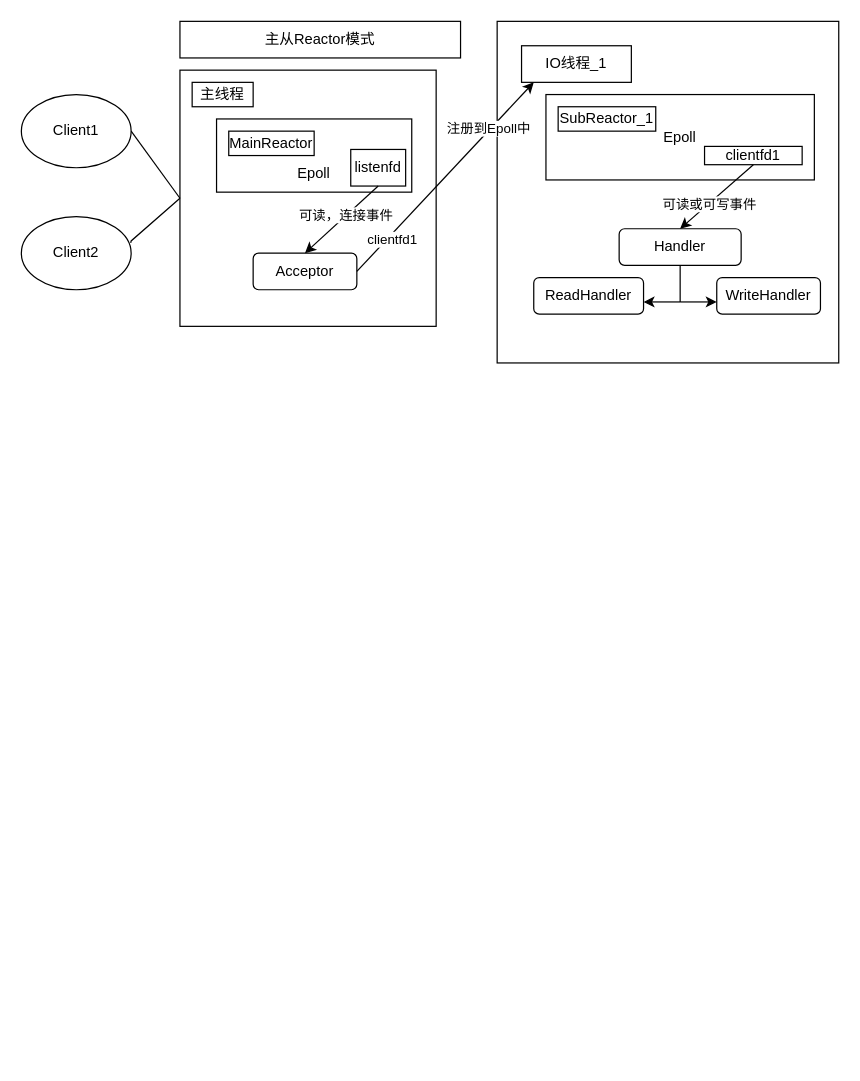
This is 项目运行截图/未命名绘图.drawio from ykangZhang/Face-recognition, a draw.io file, before an edit. Source tidied: cells renumbered, new cells numbered last; positions are measured from the earlier drawing's top-left corner, leaving out a move shared by most shapes. Both pictures are drawn from the tidied source at 122%, with x=0, y=0 at pixel (21, 21).
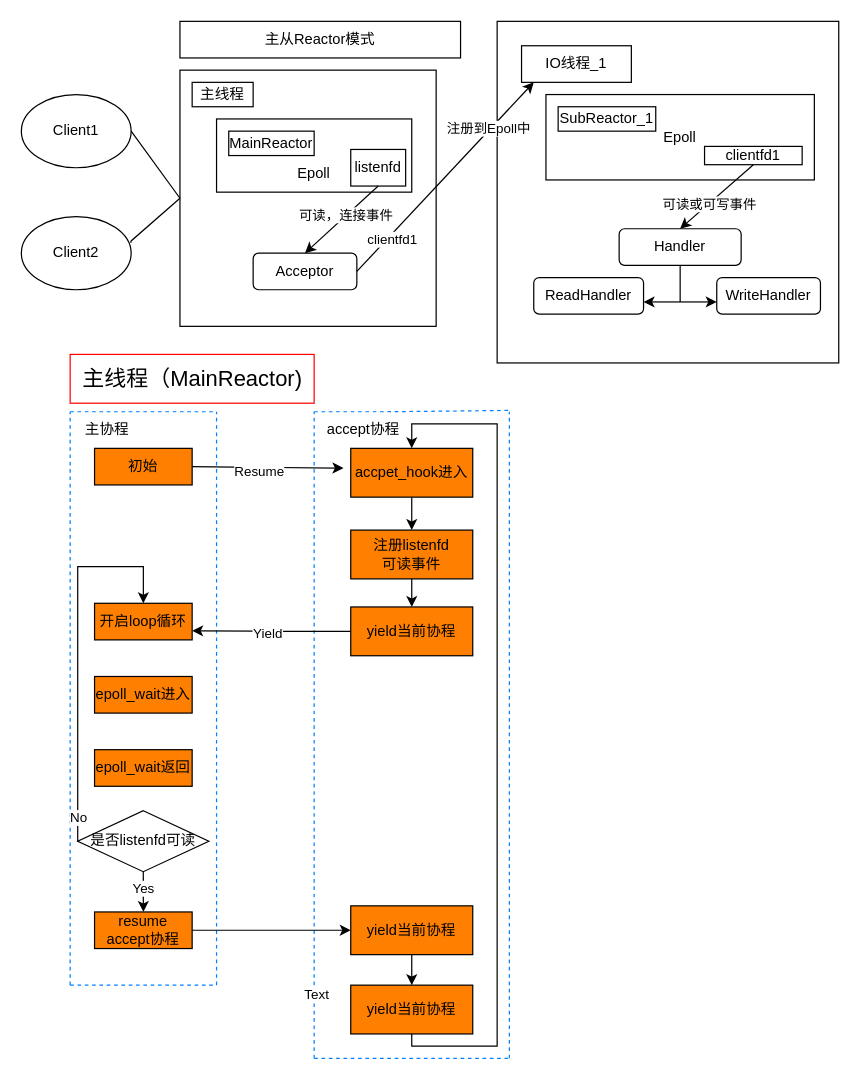
The same page after the edit.

What changed in the source:
```diff
@@
+    <mxCell id="31" style="endArrow=none;dashed=1;html=1;rounded=0;strokeColor=#007FFF;" parent="1" edge="1">
+      <mxGeometry relative="1" as="geometry">
+        <mxPoint x="40" y="790" as="sourcePoint" />
+        <mxPoint x="40" y="320" as="targetPoint" />
+      </mxGeometry>
+    </mxCell>
+    <mxCell id="32" style="endArrow=none;dashed=1;html=1;rounded=0;strokeColor=#007FFF;" parent="1" edge="1">
+      <mxGeometry relative="1" as="geometry">
+        <mxPoint x="40" y="790" as="sourcePoint" />
+        <mxPoint x="160" y="790" as="targetPoint" />
+      </mxGeometry>
+    </mxCell>
+    <mxCell id="33" style="endArrow=none;dashed=1;html=1;rounded=0;fillColor=#00FFFF;strokeColor=#007FFF;" parent="1" edge="1">
+      <mxGeometry relative="1" as="geometry">
+        <mxPoint x="160" y="790" as="sourcePoint" />
+        <mxPoint x="160" y="320" as="targetPoint" />
+      </mxGeometry>
+    </mxCell>
+    <mxCell id="34" style="endArrow=none;dashed=1;html=1;rounded=0;strokeColor=#007FFF;" parent="1" edge="1">
+      <mxGeometry relative="1" as="geometry">
+        <mxPoint x="40" y="320" as="sourcePoint" />
+        <mxPoint x="160" y="320" as="targetPoint" />
+        <Array as="points">
+          <mxPoint x="100" y="320" />
+        </Array>
+      </mxGeometry>
+    </mxCell>
+    <mxCell id="35" style="endArrow=none;dashed=1;html=1;rounded=0;strokeColor=#007FFF;" parent="1" edge="1">
+      <mxGeometry relative="1" as="geometry">
+        <mxPoint x="240" y="850" as="sourcePoint" />
+        <mxPoint x="240" y="320" as="targetPoint" />
+      </mxGeometry>
+    </mxCell>
+    <mxCell id="36" value="Text" style="edgeLabel;html=1;align=center;verticalAlign=middle;" parent="35" vertex="1">
+      <mxGeometry x="-0.8" y="-1" relative="1" as="geometry" />
+    </mxCell>
+    <mxCell id="37" style="endArrow=none;dashed=1;html=1;rounded=0;fillColor=#00FFFF;strokeColor=#007FFF;" parent="1" edge="1">
+      <mxGeometry relative="1" as="geometry">
+        <mxPoint x="400" y="850" as="sourcePoint" />
+        <mxPoint x="400" y="320" as="targetPoint" />
+      </mxGeometry>
+    </mxCell>
+    <mxCell id="38" style="endArrow=none;dashed=1;html=1;rounded=0;strokeColor=#007FFF;entryX=0.039;entryY=0.996;entryDx=0;entryDy=0;entryPerimeter=0;" parent="1" edge="1">
+      <mxGeometry relative="1" as="geometry">
+        <mxPoint x="240" y="320" as="sourcePoint" />
+        <mxPoint x="400.9" y="318.9" as="targetPoint" />
+        <Array as="points">
+          <mxPoint x="300" y="320" />
+        </Array>
+      </mxGeometry>
+    </mxCell>
+    <mxCell id="39" style="endArrow=none;dashed=1;html=1;rounded=0;strokeColor=#007FFF;" parent="1" edge="1">
+      <mxGeometry relative="1" as="geometry">
+        <mxPoint x="240" y="850" as="sourcePoint" />
+        <mxPoint x="400" y="850" as="targetPoint" />
+      </mxGeometry>
+    </mxCell>
+    <mxCell id="40" value="主协程" style="text;html=1;align=center;verticalAlign=middle;strokeColor=none;fillColor=none;" parent="1" vertex="1">
+      <mxGeometry x="40" y="320" width="60" height="30" as="geometry" />
+    </mxCell>
+    <mxCell id="41" value="初始" style="rounded=0;whiteSpace=wrap;html=1;fillColor=#FF8000;" parent="1" vertex="1">
+      <mxGeometry x="60" y="350" width="80" height="30" as="geometry" />
+    </mxCell>
+    <mxCell id="42" style="endArrow=classic;html=1;rounded=0;exitX=1;exitY=0.5;exitDx=0;exitDy=0;entryX=-0.06;entryY=0.405;entryDx=0;entryDy=0;entryPerimeter=0;" parent="1" edge="1" source="41" target="45">
+      <mxGeometry relative="1" as="geometry" />
+    </mxCell>
+    <mxCell id="43" value="Resume" style="edgeLabel;html=1;align=center;verticalAlign=middle;strokeColor=#FF0000;" parent="42" vertex="1">
+      <mxGeometry x="-0.12" y="-3" relative="1" as="geometry" />
+    </mxCell>
+    <mxCell id="44" style="edgeStyle=orthogonalEdgeStyle;rounded=0;jettySize=auto;html=1;exitX=0.5;exitY=1;exitDx=0;exitDy=0;entryX=0.5;entryY=0;entryDx=0;entryDy=0;" parent="1" edge="1" source="45" target="48">
+      <mxGeometry relative="1" as="geometry" />
+    </mxCell>
+    <mxCell id="45" value="accpet_hook进入" style="whiteSpace=wrap;html=1;fillColor=#FF8000;" parent="1" vertex="1">
+      <mxGeometry x="270" y="350" width="100" height="40" as="geometry" />
+    </mxCell>
+    <mxCell id="46" value="accept协程" style="text;html=1;align=center;verticalAlign=middle;strokeColor=none;fillColor=none;" parent="1" vertex="1">
+      <mxGeometry x="240" y="320" width="80" height="30" as="geometry" />
+    </mxCell>
+    <mxCell id="47" style="edgeStyle=orthogonalEdgeStyle;rounded=0;jettySize=auto;html=1;exitX=0.5;exitY=1;exitDx=0;exitDy=0;entryX=0.5;entryY=0;entryDx=0;entryDy=0;" parent="1" edge="1" source="48" target="51">
+      <mxGeometry relative="1" as="geometry" />
+    </mxCell>
+    <mxCell id="48" value="注册listenfd&lt;br&gt;可读事件" style="whiteSpace=wrap;html=1;fillColor=#FF8000;" parent="1" vertex="1">
+      <mxGeometry x="270" y="417" width="100" height="40" as="geometry" />
+    </mxCell>
+    <mxCell id="49" style="edgeStyle=orthogonalEdgeStyle;rounded=0;jettySize=auto;html=1;entryX=1;entryY=0.75;entryDx=0;entryDy=0;" parent="1" edge="1" source="51" target="52">
+      <mxGeometry relative="1" as="geometry" />
+    </mxCell>
+    <mxCell id="50" value="Yield" style="edgeLabel;html=1;align=center;verticalAlign=middle;" parent="49" vertex="1">
+      <mxGeometry x="0.08" y="2" relative="1" as="geometry">
+        <mxPoint x="1" as="offset" />
+      </mxGeometry>
+    </mxCell>
+    <mxCell id="51" value="yield当前协程" style="whiteSpace=wrap;html=1;fillColor=#FF8000;" parent="1" vertex="1">
+      <mxGeometry x="270" y="480" width="100" height="40" as="geometry" />
+    </mxCell>
+    <mxCell id="52" value="开启loop循环" style="rounded=0;whiteSpace=wrap;html=1;fillColor=#FF8000;" parent="1" vertex="1">
+      <mxGeometry x="60" y="477" width="80" height="30" as="geometry" />
+    </mxCell>
+    <mxCell id="53" value="epoll_wait进入" style="rounded=0;whiteSpace=wrap;html=1;fillColor=#FF8000;" parent="1" vertex="1">
+      <mxGeometry x="60" y="537" width="80" height="30" as="geometry" />
+    </mxCell>
+    <mxCell id="54" value="epoll_wait返回" style="rounded=0;whiteSpace=wrap;html=1;fillColor=#FF8000;" parent="1" vertex="1">
+      <mxGeometry x="60" y="597" width="80" height="30" as="geometry" />
+    </mxCell>
+    <mxCell id="55" style="edgeStyle=orthogonalEdgeStyle;rounded=0;jettySize=auto;html=1;exitX=0;exitY=0.5;exitDx=0;exitDy=0;entryX=0.5;entryY=0;entryDx=0;entryDy=0;" parent="1" edge="1" source="59" target="52">
+      <mxGeometry relative="1" as="geometry">
+        <Array as="points">
+          <mxPoint x="46" y="447" />
+          <mxPoint x="100" y="447" />
+        </Array>
+      </mxGeometry>
+    </mxCell>
+    <mxCell id="56" value="No" style="edgeLabel;html=1;align=center;verticalAlign=middle;" parent="55" vertex="1">
+      <mxGeometry x="-0.87" relative="1" as="geometry" />
+    </mxCell>
+    <mxCell id="57" style="edgeStyle=orthogonalEdgeStyle;rounded=0;jettySize=auto;html=1;exitX=0.5;exitY=1;exitDx=0;exitDy=0;entryX=0.5;entryY=0;entryDx=0;entryDy=0;" parent="1" edge="1" source="59" target="61">
+      <mxGeometry relative="1" as="geometry" />
+    </mxCell>
+    <mxCell id="58" value="Yes" style="edgeLabel;html=1;align=center;verticalAlign=middle;" parent="57" vertex="1">
+      <mxGeometry x="-0.15" relative="1" as="geometry" />
+    </mxCell>
+    <mxCell id="59" value="是否listenfd可读" style="rhombus;whiteSpace=wrap;html=1;" parent="1" vertex="1">
+      <mxGeometry x="46.2" y="647" width="107.5" height="50" as="geometry" />
+    </mxCell>
+    <mxCell id="60" style="edgeStyle=orthogonalEdgeStyle;rounded=0;jettySize=auto;html=1;exitX=1;exitY=0.5;exitDx=0;exitDy=0;entryX=0;entryY=0.5;entryDx=0;entryDy=0;" parent="1" edge="1" source="61" target="63">
+      <mxGeometry relative="1" as="geometry" />
+    </mxCell>
+    <mxCell id="61" value="resume&lt;br&gt;accept协程" style="rounded=0;whiteSpace=wrap;html=1;fillColor=#FF8000;" parent="1" vertex="1">
+      <mxGeometry x="60" y="730" width="80" height="30" as="geometry" />
+    </mxCell>
+    <mxCell id="62" style="edgeStyle=orthogonalEdgeStyle;rounded=0;jettySize=auto;html=1;exitX=0.5;exitY=1;exitDx=0;exitDy=0;entryX=0.5;entryY=0;entryDx=0;entryDy=0;" parent="1" edge="1" source="63" target="65">
+      <mxGeometry relative="1" as="geometry" />
+    </mxCell>
+    <mxCell id="63" value="yield当前协程" style="whiteSpace=wrap;html=1;fillColor=#FF8000;" parent="1" vertex="1">
+      <mxGeometry x="270" y="725" width="100" height="40" as="geometry" />
+    </mxCell>
+    <mxCell id="64" style="edgeStyle=orthogonalEdgeStyle;rounded=0;jettySize=auto;html=1;exitX=0.5;exitY=1;exitDx=0;exitDy=0;entryX=0.5;entryY=0;entryDx=0;entryDy=0;" parent="1" edge="1" source="65" target="45">
+      <mxGeometry relative="1" as="geometry">
+        <Array as="points">
+          <mxPoint x="320" y="840" />
+          <mxPoint x="390" y="840" />
+          <mxPoint x="390" y="330" />
+          <mxPoint x="320" y="330" />
+        </Array>
+      </mxGeometry>
+    </mxCell>
+    <mxCell id="65" value="yield当前协程" style="whiteSpace=wrap;html=1;fillColor=#FF8000;" parent="1" vertex="1">
+      <mxGeometry x="270" y="790" width="100" height="40" as="geometry" />
+    </mxCell>
+    <mxCell id="66" value="&lt;font style=&quot;font-size: 18px;&quot;&gt;主线程（MainReactor)&lt;/font&gt;" style="text;html=1;align=center;verticalAlign=middle;strokeColor=#FF0000;fillColor=none;" parent="1" vertex="1">
+      <mxGeometry x="40" y="273" width="200" height="40" as="geometry" />
+    </mxCell>
```
